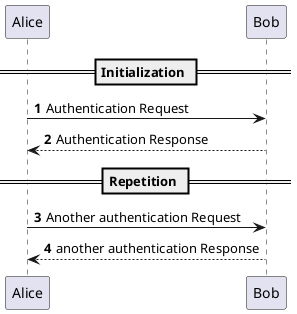
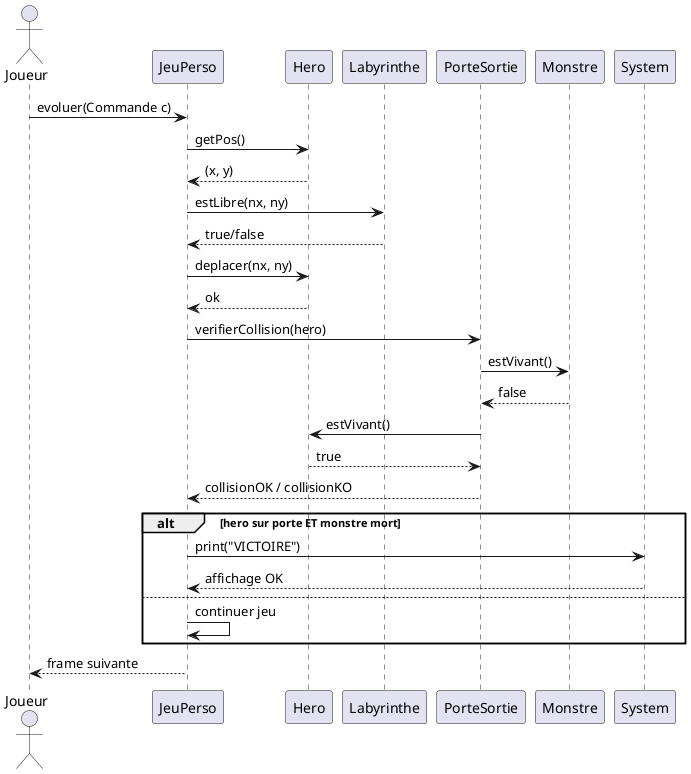
@startuml
- 'https://plantuml.com/sequence-diagram

- autonumber
+ actor Joueur
+ participant "JeuPerso" as Jeu
+ participant "Hero" as Hero
+ participant "Labyrinthe" as Lab
+ participant "PorteSortie" as Porte
+ participant "Monstre" as Monstre
+ participant "System" as Sys

- == Initialization ==
+ Joueur -> Jeu : evoluer(Commande c)

- Alice -> Bob: Authentication Request
- Bob --> Alice: Authentication Response
+ Jeu -> Hero : getPos()
+ Hero --> Jeu : (x, y)

- == Repetition ==
+ Jeu -> Lab : estLibre(nx, ny)
+ Lab --> Jeu : true/false

- Alice -> Bob: Another authentication Request
- Alice <-- Bob: another authentication Response
+ Jeu -> Hero : deplacer(nx, ny)
+ Hero --> Jeu : ok
+ 
+ Jeu -> Porte : verifierCollision(hero)
+ Porte -> Monstre : estVivant()
+ Monstre --> Porte : false
+ 
+ Porte -> Hero : estVivant()
+ Hero --> Porte : true
+ 
+ Porte --> Jeu : collisionOK / collisionKO
+ 
+ alt hero sur porte ET monstre mort
+     Jeu -> Sys : print("VICTOIRE")
+     Sys --> Jeu : affichage OK
+ else
+     Jeu -> Jeu : continuer jeu
+ end
+ 
+ Jeu --> Joueur : frame suivante
+ 
@enduml